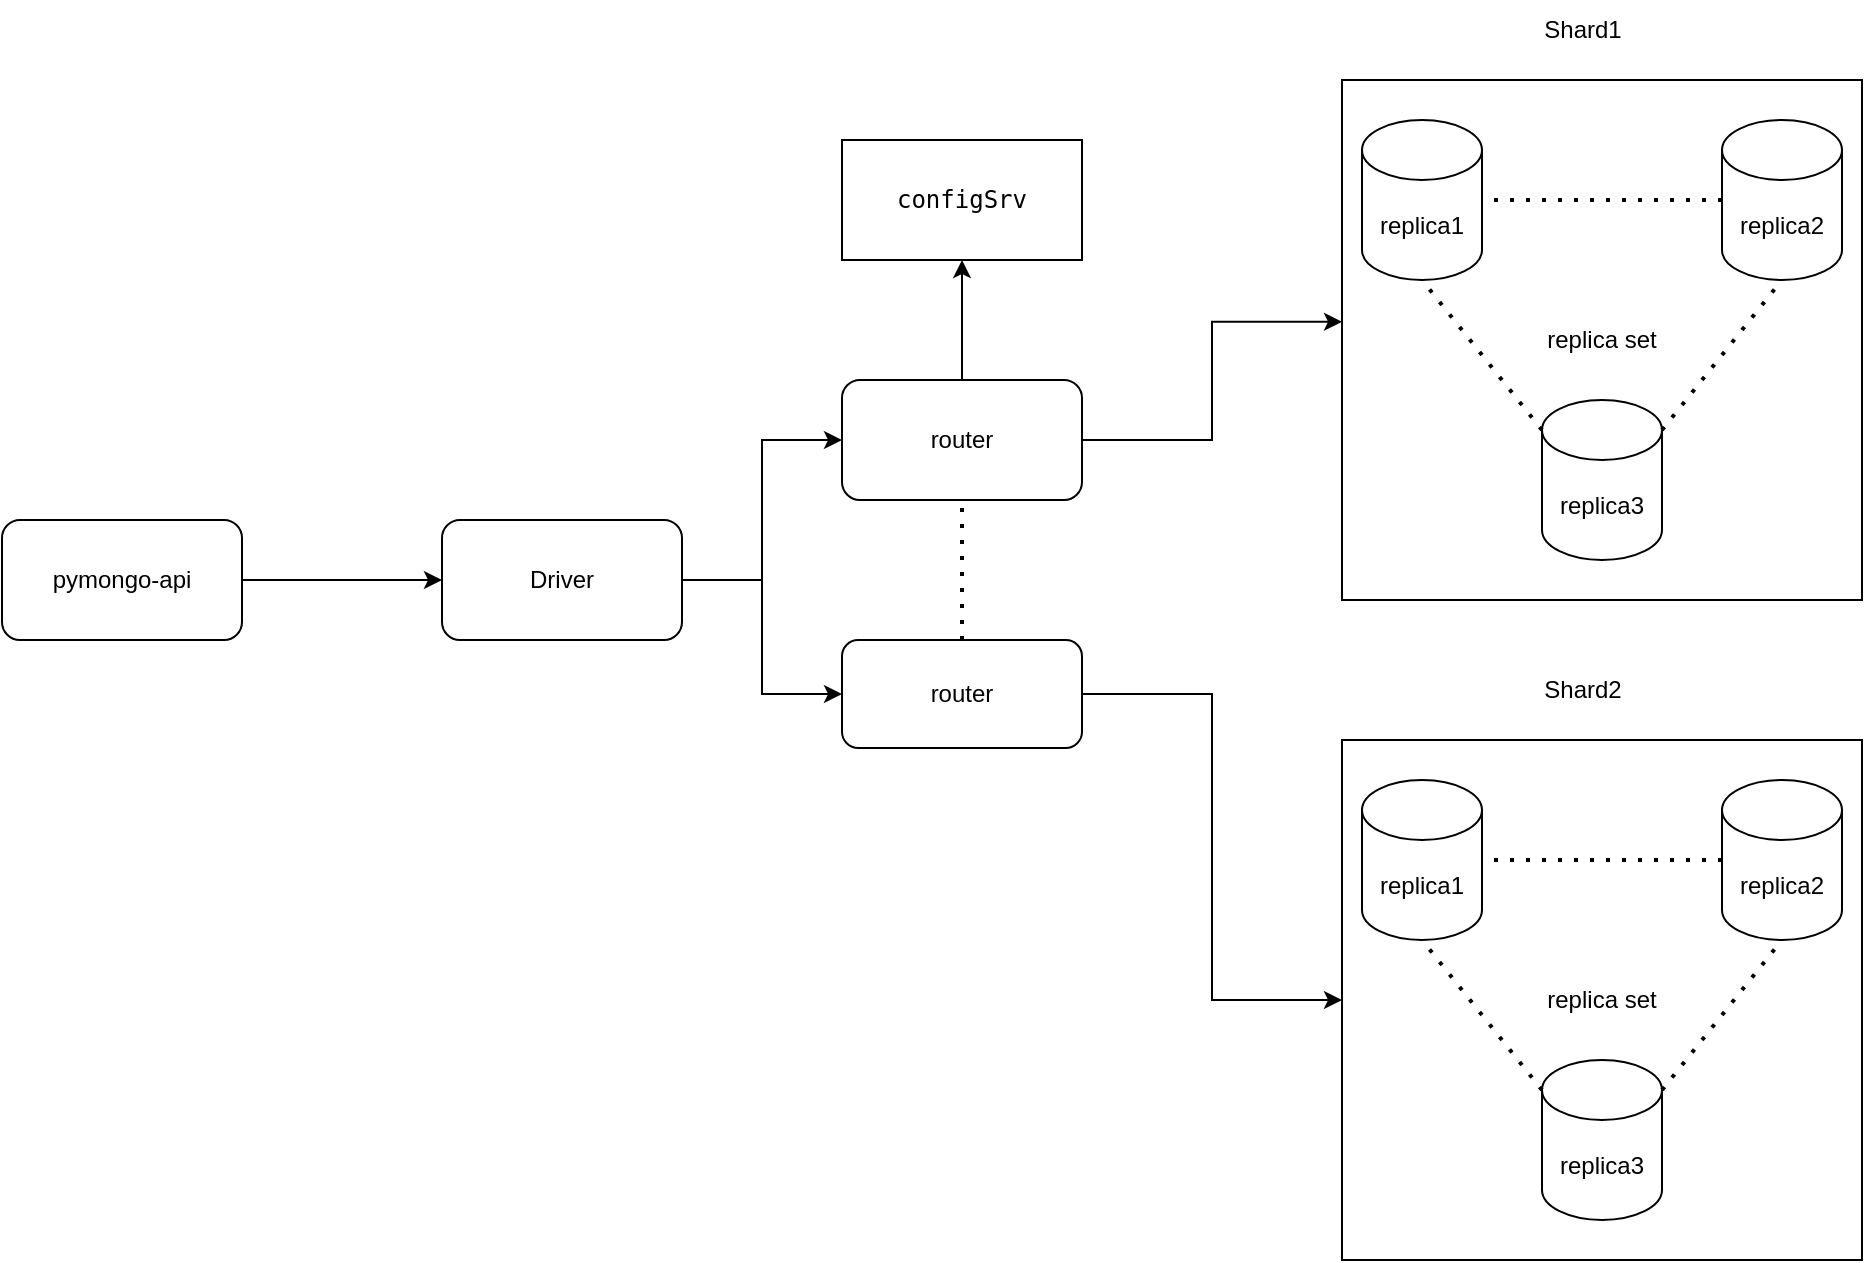
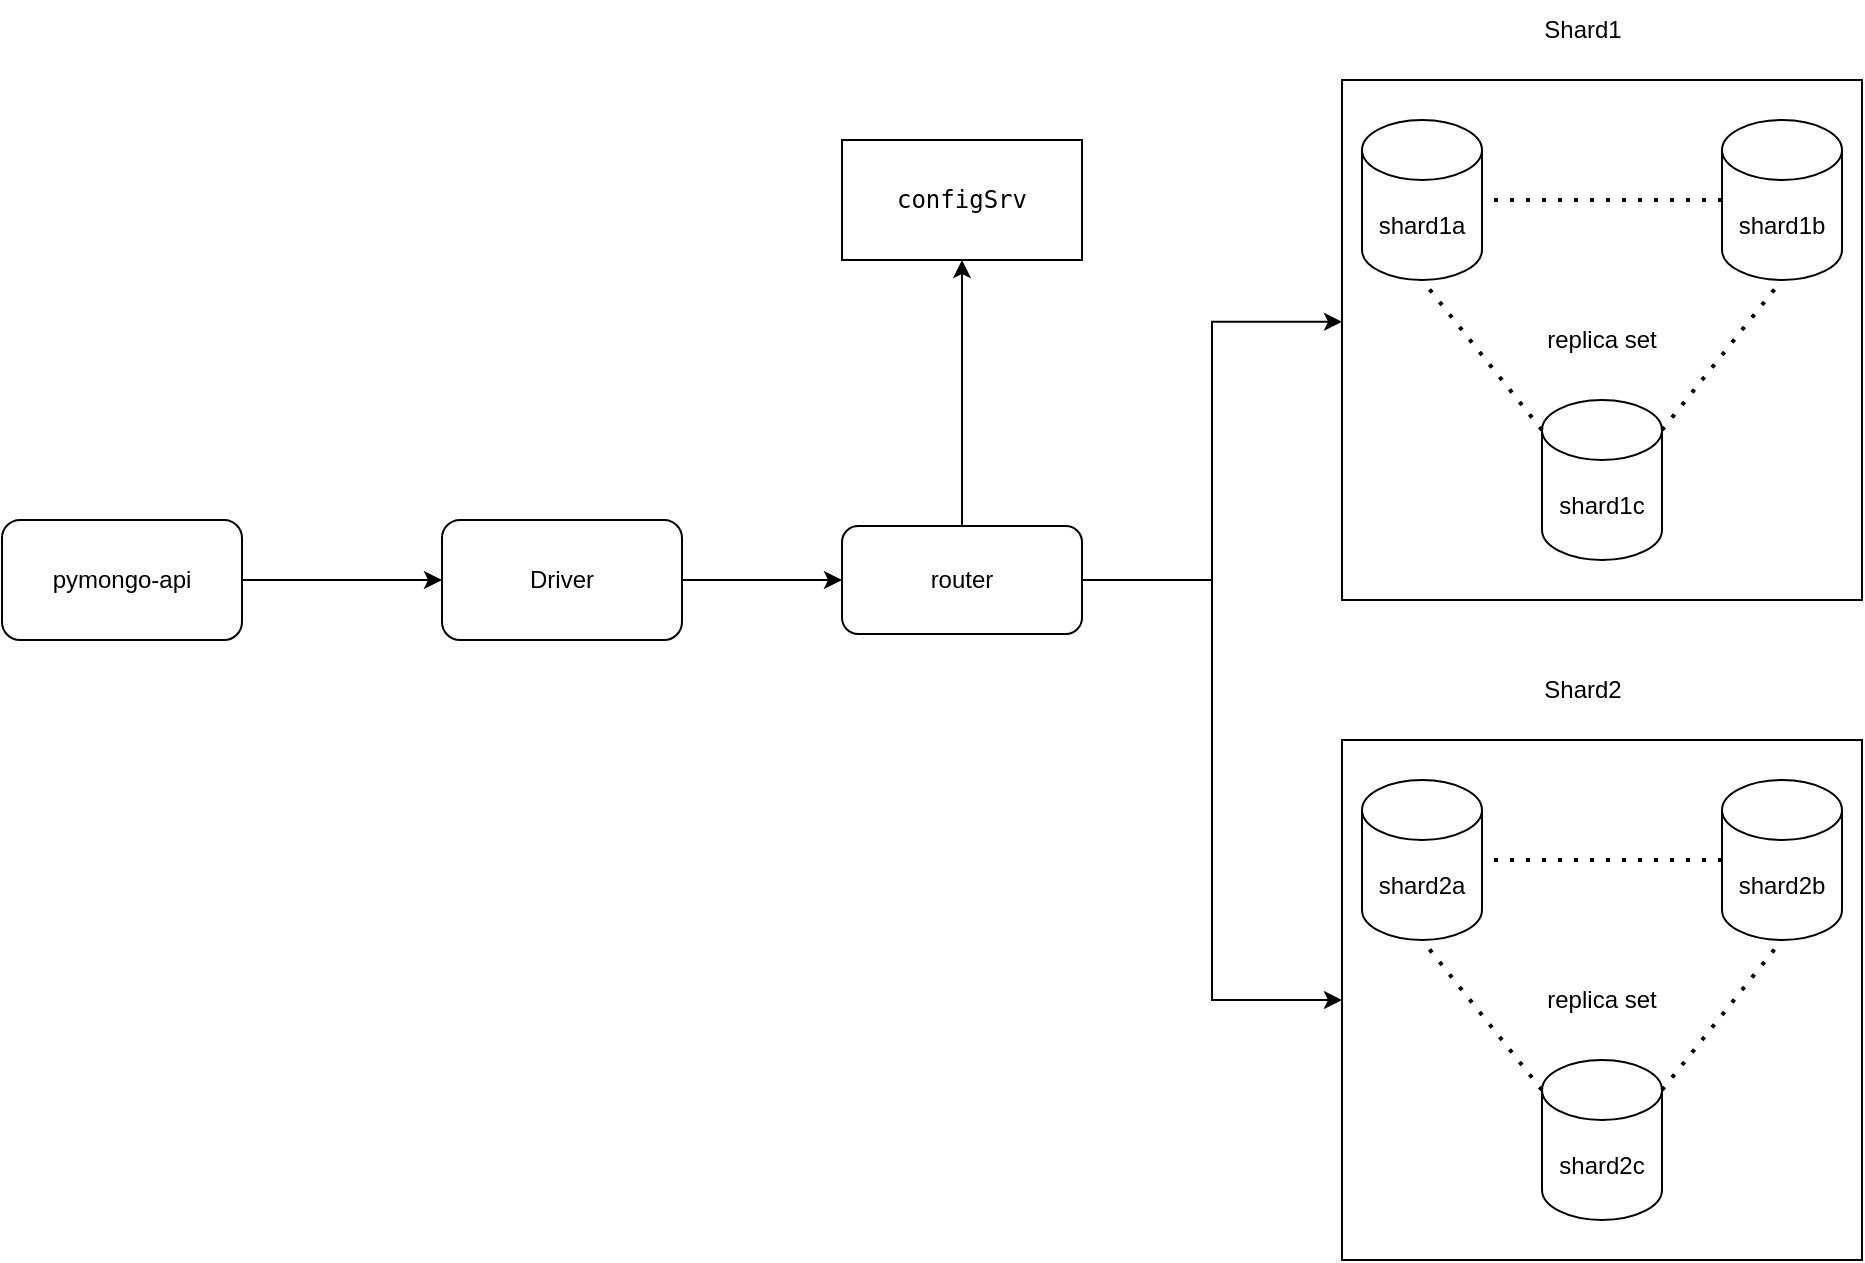
<mxfile host="Electron" agent="Mozilla/5.0 (X11; Linux x86_64) AppleWebKit/537.36 (KHTML, like Gecko) draw.io/28.2.5 Chrome/138.0.7204.251 Electron/37.6.1 Safari/537.36" version="28.2.5">
  <diagram name="Страница — 1" id="gStnotIaXbWbHTYKpnVl">
    <mxGraphModel dx="1426" dy="875" grid="1" gridSize="10" guides="1" tooltips="1" connect="1" arrows="1" fold="1" page="1" pageScale="1" pageWidth="827" pageHeight="1169" math="0" shadow="0">
      <root>
        <mxCell id="0" />
        <mxCell id="1" parent="0" />
-         <mxCell id="bxKLAGiL7M11UWrJzaho-1" value="replica set" style="whiteSpace=wrap;html=1;aspect=fixed;" vertex="1" parent="1">
+         <mxCell id="bxKLAGiL7M11UWrJzaho-1" value="replica set" style="whiteSpace=wrap;html=1;aspect=fixed;" parent="1" vertex="1">
          <mxGeometry x="800" y="290" width="260" height="260" as="geometry" />
        </mxCell>
-         <mxCell id="bxKLAGiL7M11UWrJzaho-2" value="replica1" style="shape=cylinder3;whiteSpace=wrap;html=1;boundedLbl=1;backgroundOutline=1;size=15;" vertex="1" parent="1">
+         <mxCell id="bxKLAGiL7M11UWrJzaho-2" value="shard1a" style="shape=cylinder3;whiteSpace=wrap;html=1;boundedLbl=1;backgroundOutline=1;size=15;" parent="1" vertex="1">
          <mxGeometry x="810" y="310" width="60" height="80" as="geometry" />
        </mxCell>
-         <mxCell id="bxKLAGiL7M11UWrJzaho-3" value="pymongo-api" style="rounded=1;whiteSpace=wrap;html=1;" vertex="1" parent="1">
+         <mxCell id="bxKLAGiL7M11UWrJzaho-3" value="pymongo-api" style="rounded=1;whiteSpace=wrap;html=1;" parent="1" vertex="1">
          <mxGeometry x="130" y="510" width="120" height="60" as="geometry" />
        </mxCell>
-         <mxCell id="bxKLAGiL7M11UWrJzaho-4" style="edgeStyle=orthogonalEdgeStyle;rounded=0;orthogonalLoop=1;jettySize=auto;html=1;exitX=1;exitY=0.5;exitDx=0;exitDy=0;entryX=0;entryY=0.5;entryDx=0;entryDy=0;" edge="1" parent="1" source="bxKLAGiL7M11UWrJzaho-3" target="bxKLAGiL7M11UWrJzaho-7">
+         <mxCell id="bxKLAGiL7M11UWrJzaho-4" style="edgeStyle=orthogonalEdgeStyle;rounded=0;orthogonalLoop=1;jettySize=auto;html=1;exitX=1;exitY=0.5;exitDx=0;exitDy=0;entryX=0;entryY=0.5;entryDx=0;entryDy=0;" parent="1" source="bxKLAGiL7M11UWrJzaho-3" target="bxKLAGiL7M11UWrJzaho-7" edge="1">
          <mxGeometry relative="1" as="geometry">
            <mxPoint x="340" y="550" as="targetPoint" />
          </mxGeometry>
        </mxCell>
-         <mxCell id="bxKLAGiL7M11UWrJzaho-5" value="&lt;code class=&quot;code-inline code-inline_theme_light&quot;&gt;configSrv&lt;/code&gt;" style="rounded=0;whiteSpace=wrap;html=1;" vertex="1" parent="1">
+         <mxCell id="bxKLAGiL7M11UWrJzaho-5" value="&lt;code class=&quot;code-inline code-inline_theme_light&quot;&gt;configSrv&lt;/code&gt;" style="rounded=0;whiteSpace=wrap;html=1;" parent="1" vertex="1">
          <mxGeometry x="550" y="320" width="120" height="60" as="geometry" />
        </mxCell>
-         <mxCell id="bxKLAGiL7M11UWrJzaho-6" value="" style="edgeStyle=orthogonalEdgeStyle;rounded=0;orthogonalLoop=1;jettySize=auto;html=1;" edge="1" parent="1" source="bxKLAGiL7M11UWrJzaho-7" target="bxKLAGiL7M11UWrJzaho-12">
+         <mxCell id="bxKLAGiL7M11UWrJzaho-6" value="" style="edgeStyle=orthogonalEdgeStyle;rounded=0;orthogonalLoop=1;jettySize=auto;html=1;" parent="1" source="bxKLAGiL7M11UWrJzaho-7" target="bxKLAGiL7M11UWrJzaho-12" edge="1">
          <mxGeometry relative="1" as="geometry" />
        </mxCell>
-         <mxCell id="bxKLAGiL7M11UWrJzaho-7" value="Driver" style="rounded=1;whiteSpace=wrap;html=1;" vertex="1" parent="1">
+         <mxCell id="bxKLAGiL7M11UWrJzaho-7" value="Driver" style="rounded=1;whiteSpace=wrap;html=1;" parent="1" vertex="1">
          <mxGeometry x="350" y="510" width="120" height="60" as="geometry" />
        </mxCell>
-         <mxCell id="bxKLAGiL7M11UWrJzaho-8" value="" style="edgeStyle=orthogonalEdgeStyle;rounded=0;orthogonalLoop=1;jettySize=auto;html=1;entryX=0;entryY=0.465;entryDx=0;entryDy=0;entryPerimeter=0;" edge="1" parent="1" source="bxKLAGiL7M11UWrJzaho-10" target="bxKLAGiL7M11UWrJzaho-1">
+         <mxCell id="bxKLAGiL7M11UWrJzaho-8" value="" style="edgeStyle=orthogonalEdgeStyle;rounded=0;orthogonalLoop=1;jettySize=auto;html=1;entryX=0;entryY=0.465;entryDx=0;entryDy=0;entryPerimeter=0;exitX=1;exitY=0.5;exitDx=0;exitDy=0;" parent="1" source="bxKLAGiL7M11UWrJzaho-12" target="bxKLAGiL7M11UWrJzaho-1" edge="1">
+           <mxGeometry relative="1" as="geometry">
+             <mxPoint x="670" y="470" as="sourcePoint" />
+           </mxGeometry>
+         </mxCell>
+         <mxCell id="bxKLAGiL7M11UWrJzaho-9" value="" style="edgeStyle=orthogonalEdgeStyle;rounded=0;orthogonalLoop=1;jettySize=auto;html=1;exitX=0.5;exitY=0;exitDx=0;exitDy=0;" parent="1" source="bxKLAGiL7M11UWrJzaho-12" target="bxKLAGiL7M11UWrJzaho-5" edge="1">
+           <mxGeometry relative="1" as="geometry">
+             <mxPoint x="610" y="440" as="sourcePoint" />
+           </mxGeometry>
+         </mxCell>
+         <mxCell id="bxKLAGiL7M11UWrJzaho-11" style="edgeStyle=orthogonalEdgeStyle;rounded=0;orthogonalLoop=1;jettySize=auto;html=1;exitX=1;exitY=0.5;exitDx=0;exitDy=0;entryX=0;entryY=0.5;entryDx=0;entryDy=0;" parent="1" source="bxKLAGiL7M11UWrJzaho-12" target="bxKLAGiL7M11UWrJzaho-21" edge="1">
          <mxGeometry relative="1" as="geometry" />
        </mxCell>
-         <mxCell id="bxKLAGiL7M11UWrJzaho-9" value="" style="edgeStyle=orthogonalEdgeStyle;rounded=0;orthogonalLoop=1;jettySize=auto;html=1;" edge="1" parent="1" source="bxKLAGiL7M11UWrJzaho-10" target="bxKLAGiL7M11UWrJzaho-5">
-           <mxGeometry relative="1" as="geometry" />
+         <mxCell id="bxKLAGiL7M11UWrJzaho-12" value="router" style="rounded=1;whiteSpace=wrap;html=1;" parent="1" vertex="1">
+           <mxGeometry x="550" y="513" width="120" height="54" as="geometry" />
        </mxCell>
-         <mxCell id="bxKLAGiL7M11UWrJzaho-10" value="router" style="rounded=1;whiteSpace=wrap;html=1;" vertex="1" parent="1">
-           <mxGeometry x="550" y="440" width="120" height="60" as="geometry" />
+         <mxCell id="bxKLAGiL7M11UWrJzaho-15" value="shard1b" style="shape=cylinder3;whiteSpace=wrap;html=1;boundedLbl=1;backgroundOutline=1;size=15;" parent="1" vertex="1">
+           <mxGeometry x="990" y="310" width="60" height="80" as="geometry" />
        </mxCell>
-         <mxCell id="bxKLAGiL7M11UWrJzaho-11" style="edgeStyle=orthogonalEdgeStyle;rounded=0;orthogonalLoop=1;jettySize=auto;html=1;exitX=1;exitY=0.5;exitDx=0;exitDy=0;entryX=0;entryY=0.5;entryDx=0;entryDy=0;" edge="1" parent="1" source="bxKLAGiL7M11UWrJzaho-12" target="bxKLAGiL7M11UWrJzaho-21">
-           <mxGeometry relative="1" as="geometry" />
+         <mxCell id="bxKLAGiL7M11UWrJzaho-16" value="Shard1" style="text;html=1;align=center;verticalAlign=middle;resizable=0;points=[];autosize=1;strokeColor=none;fillColor=none;" parent="1" vertex="1">
+           <mxGeometry x="890" y="250" width="60" height="30" as="geometry" />
        </mxCell>
-         <mxCell id="bxKLAGiL7M11UWrJzaho-12" value="router" style="rounded=1;whiteSpace=wrap;html=1;" vertex="1" parent="1">
-           <mxGeometry x="550" y="570" width="120" height="54" as="geometry" />
+         <mxCell id="bxKLAGiL7M11UWrJzaho-17" value="shard1c" style="shape=cylinder3;whiteSpace=wrap;html=1;boundedLbl=1;backgroundOutline=1;size=15;" parent="1" vertex="1">
+           <mxGeometry x="900" y="450" width="60" height="80" as="geometry" />
        </mxCell>
-         <mxCell id="bxKLAGiL7M11UWrJzaho-13" value="" style="endArrow=classic;html=1;rounded=0;entryX=0;entryY=0.5;entryDx=0;entryDy=0;" edge="1" parent="1" target="bxKLAGiL7M11UWrJzaho-10">
-           <mxGeometry width="50" height="50" relative="1" as="geometry">
-             <mxPoint x="510" y="540" as="sourcePoint" />
-             <mxPoint x="510" y="470" as="targetPoint" />
-             <Array as="points">
-               <mxPoint x="510" y="470" />
-             </Array>
-           </mxGeometry>
-         </mxCell>
-         <mxCell id="bxKLAGiL7M11UWrJzaho-14" value="" style="endArrow=none;dashed=1;html=1;dashPattern=1 3;strokeWidth=2;rounded=0;entryX=0.5;entryY=1;entryDx=0;entryDy=0;exitX=0.5;exitY=0;exitDx=0;exitDy=0;" edge="1" parent="1" source="bxKLAGiL7M11UWrJzaho-12" target="bxKLAGiL7M11UWrJzaho-10">
+         <mxCell id="bxKLAGiL7M11UWrJzaho-18" value="" style="endArrow=none;dashed=1;html=1;dashPattern=1 3;strokeWidth=2;rounded=0;entryX=0.5;entryY=1;entryDx=0;entryDy=0;entryPerimeter=0;exitX=0;exitY=0;exitDx=0;exitDy=15;exitPerimeter=0;" parent="1" source="bxKLAGiL7M11UWrJzaho-17" target="bxKLAGiL7M11UWrJzaho-2" edge="1">
          <mxGeometry width="50" height="50" relative="1" as="geometry">
            <mxPoint x="470" y="590" as="sourcePoint" />
            <mxPoint x="520" y="540" as="targetPoint" />
          </mxGeometry>
        </mxCell>
-         <mxCell id="bxKLAGiL7M11UWrJzaho-15" value="replica2" style="shape=cylinder3;whiteSpace=wrap;html=1;boundedLbl=1;backgroundOutline=1;size=15;" vertex="1" parent="1">
-           <mxGeometry x="990" y="310" width="60" height="80" as="geometry" />
-         </mxCell>
-         <mxCell id="bxKLAGiL7M11UWrJzaho-16" value="Shard1" style="text;html=1;align=center;verticalAlign=middle;resizable=0;points=[];autosize=1;strokeColor=none;fillColor=none;" vertex="1" parent="1">
-           <mxGeometry x="890" y="250" width="60" height="30" as="geometry" />
-         </mxCell>
-         <mxCell id="bxKLAGiL7M11UWrJzaho-17" value="replica3" style="shape=cylinder3;whiteSpace=wrap;html=1;boundedLbl=1;backgroundOutline=1;size=15;" vertex="1" parent="1">
-           <mxGeometry x="900" y="450" width="60" height="80" as="geometry" />
-         </mxCell>
-         <mxCell id="bxKLAGiL7M11UWrJzaho-18" value="" style="endArrow=none;dashed=1;html=1;dashPattern=1 3;strokeWidth=2;rounded=0;entryX=0.5;entryY=1;entryDx=0;entryDy=0;entryPerimeter=0;exitX=0;exitY=0;exitDx=0;exitDy=15;exitPerimeter=0;" edge="1" parent="1" source="bxKLAGiL7M11UWrJzaho-17" target="bxKLAGiL7M11UWrJzaho-2">
+         <mxCell id="bxKLAGiL7M11UWrJzaho-19" value="" style="endArrow=none;dashed=1;html=1;dashPattern=1 3;strokeWidth=2;rounded=0;entryX=0.5;entryY=1;entryDx=0;entryDy=0;entryPerimeter=0;exitX=1;exitY=0;exitDx=0;exitDy=15;exitPerimeter=0;" parent="1" source="bxKLAGiL7M11UWrJzaho-17" target="bxKLAGiL7M11UWrJzaho-15" edge="1">
          <mxGeometry width="50" height="50" relative="1" as="geometry">
            <mxPoint x="470" y="590" as="sourcePoint" />
            <mxPoint x="520" y="540" as="targetPoint" />
          </mxGeometry>
        </mxCell>
-         <mxCell id="bxKLAGiL7M11UWrJzaho-19" value="" style="endArrow=none;dashed=1;html=1;dashPattern=1 3;strokeWidth=2;rounded=0;entryX=0.5;entryY=1;entryDx=0;entryDy=0;entryPerimeter=0;exitX=1;exitY=0;exitDx=0;exitDy=15;exitPerimeter=0;" edge="1" parent="1" source="bxKLAGiL7M11UWrJzaho-17" target="bxKLAGiL7M11UWrJzaho-15">
+         <mxCell id="bxKLAGiL7M11UWrJzaho-20" value="" style="endArrow=none;dashed=1;html=1;dashPattern=1 3;strokeWidth=2;rounded=0;entryX=1;entryY=0.5;entryDx=0;entryDy=0;entryPerimeter=0;exitX=0;exitY=0.5;exitDx=0;exitDy=0;exitPerimeter=0;" parent="1" source="bxKLAGiL7M11UWrJzaho-15" target="bxKLAGiL7M11UWrJzaho-2" edge="1">
          <mxGeometry width="50" height="50" relative="1" as="geometry">
            <mxPoint x="470" y="590" as="sourcePoint" />
            <mxPoint x="520" y="540" as="targetPoint" />
          </mxGeometry>
        </mxCell>
-         <mxCell id="bxKLAGiL7M11UWrJzaho-20" value="" style="endArrow=none;dashed=1;html=1;dashPattern=1 3;strokeWidth=2;rounded=0;entryX=1;entryY=0.5;entryDx=0;entryDy=0;entryPerimeter=0;exitX=0;exitY=0.5;exitDx=0;exitDy=0;exitPerimeter=0;" edge="1" parent="1" source="bxKLAGiL7M11UWrJzaho-15" target="bxKLAGiL7M11UWrJzaho-2">
-           <mxGeometry width="50" height="50" relative="1" as="geometry">
-             <mxPoint x="470" y="590" as="sourcePoint" />
-             <mxPoint x="520" y="540" as="targetPoint" />
-           </mxGeometry>
-         </mxCell>
-         <mxCell id="bxKLAGiL7M11UWrJzaho-21" value="replica set" style="whiteSpace=wrap;html=1;aspect=fixed;" vertex="1" parent="1">
+         <mxCell id="bxKLAGiL7M11UWrJzaho-21" value="replica set" style="whiteSpace=wrap;html=1;aspect=fixed;" parent="1" vertex="1">
          <mxGeometry x="800" y="620" width="260" height="260" as="geometry" />
        </mxCell>
-         <mxCell id="bxKLAGiL7M11UWrJzaho-22" value="replica1" style="shape=cylinder3;whiteSpace=wrap;html=1;boundedLbl=1;backgroundOutline=1;size=15;" vertex="1" parent="1">
+         <mxCell id="bxKLAGiL7M11UWrJzaho-22" value="shard2a" style="shape=cylinder3;whiteSpace=wrap;html=1;boundedLbl=1;backgroundOutline=1;size=15;" parent="1" vertex="1">
          <mxGeometry x="810" y="640" width="60" height="80" as="geometry" />
        </mxCell>
-         <mxCell id="bxKLAGiL7M11UWrJzaho-23" value="replica2" style="shape=cylinder3;whiteSpace=wrap;html=1;boundedLbl=1;backgroundOutline=1;size=15;" vertex="1" parent="1">
+         <mxCell id="bxKLAGiL7M11UWrJzaho-23" value="shard2b" style="shape=cylinder3;whiteSpace=wrap;html=1;boundedLbl=1;backgroundOutline=1;size=15;" parent="1" vertex="1">
          <mxGeometry x="990" y="640" width="60" height="80" as="geometry" />
        </mxCell>
-         <mxCell id="bxKLAGiL7M11UWrJzaho-24" value="Shard2" style="text;html=1;align=center;verticalAlign=middle;resizable=0;points=[];autosize=1;strokeColor=none;fillColor=none;" vertex="1" parent="1">
+         <mxCell id="bxKLAGiL7M11UWrJzaho-24" value="Shard2" style="text;html=1;align=center;verticalAlign=middle;resizable=0;points=[];autosize=1;strokeColor=none;fillColor=none;" parent="1" vertex="1">
          <mxGeometry x="890" y="580" width="60" height="30" as="geometry" />
        </mxCell>
-         <mxCell id="bxKLAGiL7M11UWrJzaho-25" value="replica3" style="shape=cylinder3;whiteSpace=wrap;html=1;boundedLbl=1;backgroundOutline=1;size=15;" vertex="1" parent="1">
+         <mxCell id="bxKLAGiL7M11UWrJzaho-25" value="shard2c" style="shape=cylinder3;whiteSpace=wrap;html=1;boundedLbl=1;backgroundOutline=1;size=15;" parent="1" vertex="1">
          <mxGeometry x="900" y="780" width="60" height="80" as="geometry" />
        </mxCell>
-         <mxCell id="bxKLAGiL7M11UWrJzaho-26" value="" style="endArrow=none;dashed=1;html=1;dashPattern=1 3;strokeWidth=2;rounded=0;entryX=0.5;entryY=1;entryDx=0;entryDy=0;entryPerimeter=0;exitX=0;exitY=0;exitDx=0;exitDy=15;exitPerimeter=0;" edge="1" parent="1" source="bxKLAGiL7M11UWrJzaho-25" target="bxKLAGiL7M11UWrJzaho-22">
+         <mxCell id="bxKLAGiL7M11UWrJzaho-26" value="" style="endArrow=none;dashed=1;html=1;dashPattern=1 3;strokeWidth=2;rounded=0;entryX=0.5;entryY=1;entryDx=0;entryDy=0;entryPerimeter=0;exitX=0;exitY=0;exitDx=0;exitDy=15;exitPerimeter=0;" parent="1" source="bxKLAGiL7M11UWrJzaho-25" target="bxKLAGiL7M11UWrJzaho-22" edge="1">
          <mxGeometry width="50" height="50" relative="1" as="geometry">
            <mxPoint x="470" y="920" as="sourcePoint" />
            <mxPoint x="520" y="870" as="targetPoint" />
          </mxGeometry>
        </mxCell>
-         <mxCell id="bxKLAGiL7M11UWrJzaho-27" value="" style="endArrow=none;dashed=1;html=1;dashPattern=1 3;strokeWidth=2;rounded=0;entryX=0.5;entryY=1;entryDx=0;entryDy=0;entryPerimeter=0;exitX=1;exitY=0;exitDx=0;exitDy=15;exitPerimeter=0;" edge="1" parent="1" source="bxKLAGiL7M11UWrJzaho-25" target="bxKLAGiL7M11UWrJzaho-23">
+         <mxCell id="bxKLAGiL7M11UWrJzaho-27" value="" style="endArrow=none;dashed=1;html=1;dashPattern=1 3;strokeWidth=2;rounded=0;entryX=0.5;entryY=1;entryDx=0;entryDy=0;entryPerimeter=0;exitX=1;exitY=0;exitDx=0;exitDy=15;exitPerimeter=0;" parent="1" source="bxKLAGiL7M11UWrJzaho-25" target="bxKLAGiL7M11UWrJzaho-23" edge="1">
          <mxGeometry width="50" height="50" relative="1" as="geometry">
            <mxPoint x="470" y="920" as="sourcePoint" />
            <mxPoint x="520" y="870" as="targetPoint" />
          </mxGeometry>
        </mxCell>
-         <mxCell id="bxKLAGiL7M11UWrJzaho-28" value="" style="endArrow=none;dashed=1;html=1;dashPattern=1 3;strokeWidth=2;rounded=0;entryX=1;entryY=0.5;entryDx=0;entryDy=0;entryPerimeter=0;exitX=0;exitY=0.5;exitDx=0;exitDy=0;exitPerimeter=0;" edge="1" parent="1" source="bxKLAGiL7M11UWrJzaho-23" target="bxKLAGiL7M11UWrJzaho-22">
+         <mxCell id="bxKLAGiL7M11UWrJzaho-28" value="" style="endArrow=none;dashed=1;html=1;dashPattern=1 3;strokeWidth=2;rounded=0;entryX=1;entryY=0.5;entryDx=0;entryDy=0;entryPerimeter=0;exitX=0;exitY=0.5;exitDx=0;exitDy=0;exitPerimeter=0;" parent="1" source="bxKLAGiL7M11UWrJzaho-23" target="bxKLAGiL7M11UWrJzaho-22" edge="1">
          <mxGeometry width="50" height="50" relative="1" as="geometry">
            <mxPoint x="470" y="920" as="sourcePoint" />
            <mxPoint x="520" y="870" as="targetPoint" />
          </mxGeometry>
        </mxCell>
      </root>
    </mxGraphModel>
  </diagram>
</mxfile>
